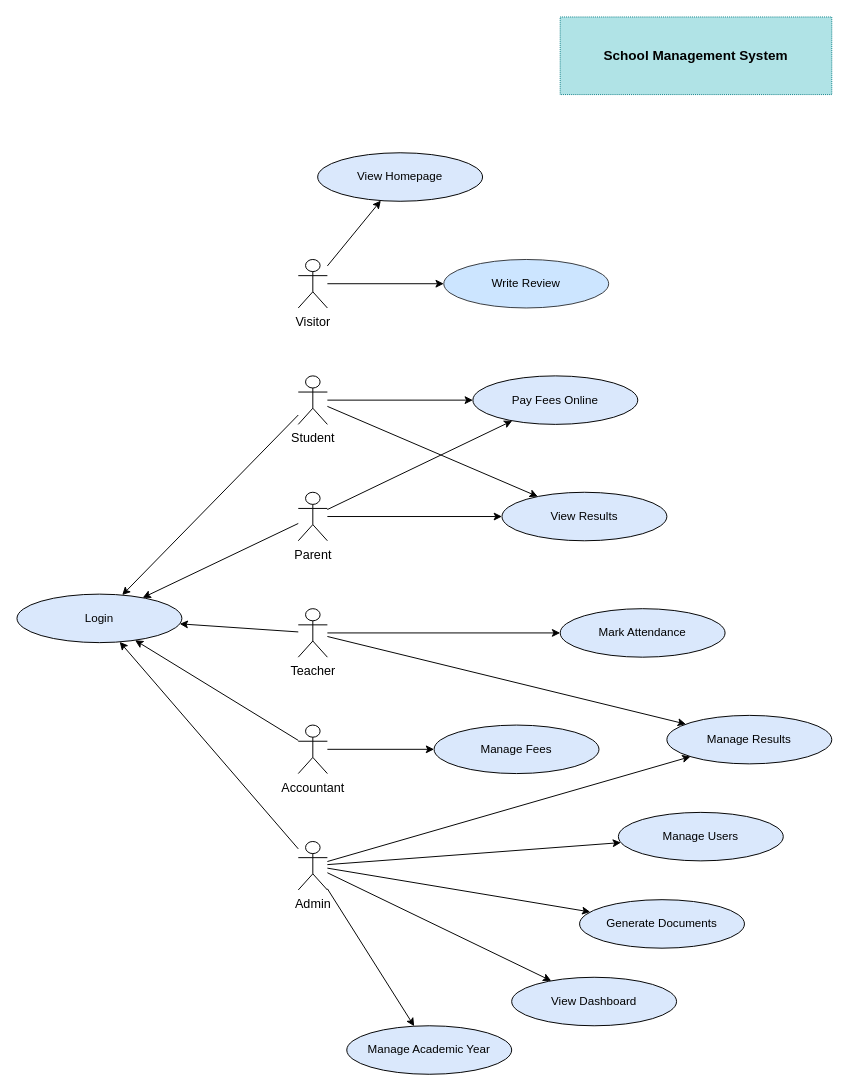
Earlier version of the draw.io diagram design/use-case-diagram.drawio (blissed-out/cse_220_week_8). Source tidied: cells renumbered, new cells numbered last; positions are measured from the earlier drawing's top-left corner, leaving out a move shared by most shapes. Both pictures are drawn from the tidied source at 97%, with x=0, y=0 at pixel (16, 16).
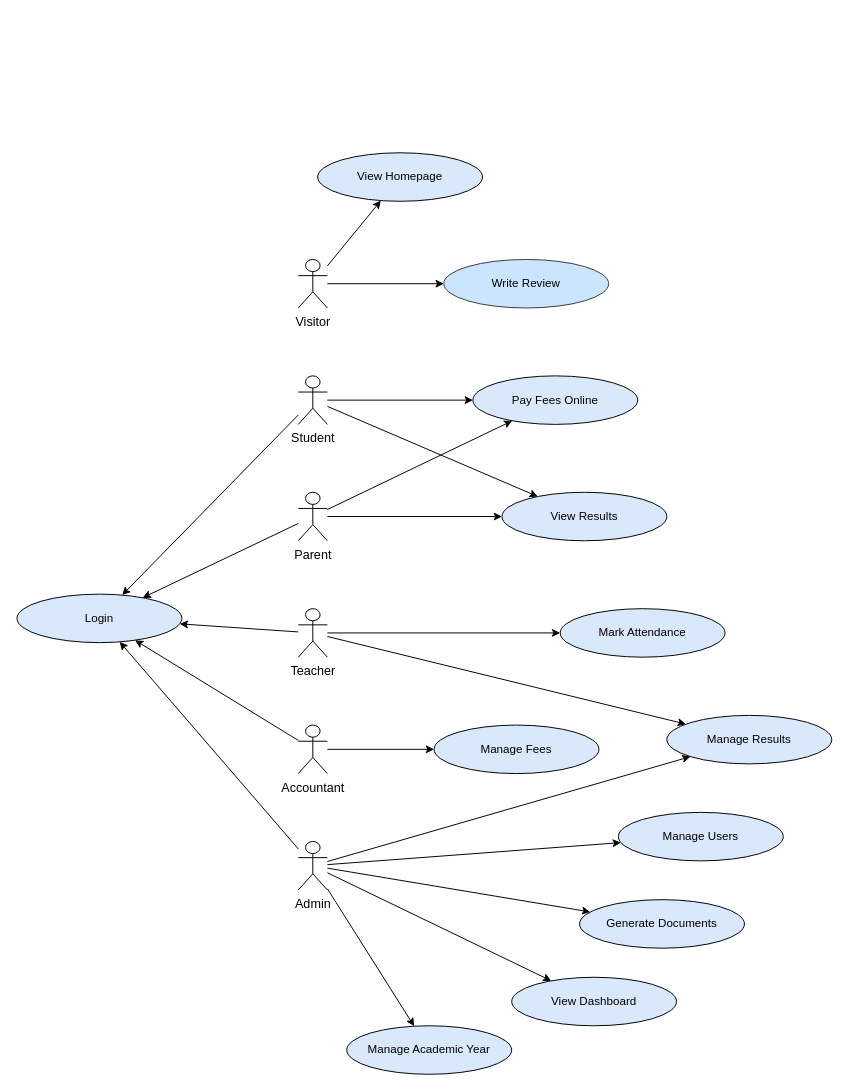
After the change.

Commit message (it also covers changes not shown here):
add: class diagram with color-coded domains

The edit, as a diff of the source:
```diff
@@
-    <mxCell id="2" value="School Management System" style="rounded=0;whiteSpace=wrap;html=1;dashed=1;dashPattern=1 1;fontStyle=1;fontSize=14;fillColor=#b0e3e6;strokeColor=#0e8088;" parent="1" vertex="1">
-      <mxGeometry x="560" width="280" height="80" as="geometry" />
-    </mxCell>
```
